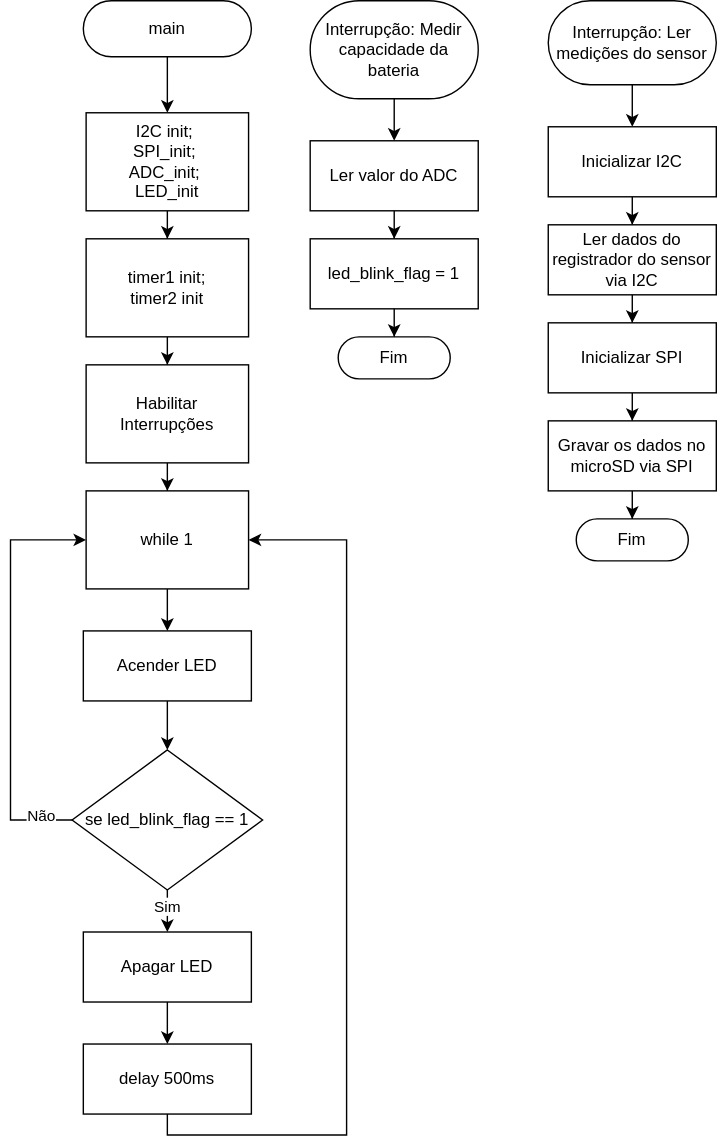
The draw.io diagram projetos/tennistracker/images/fluxchart_int.svg in teaching-FEEC/ea075-2024.1, before a commit. Source tidied: cells renumbered, new cells last; positions are measured from the earlier drawing's top-left corner, leaving out a move shared by most shapes.
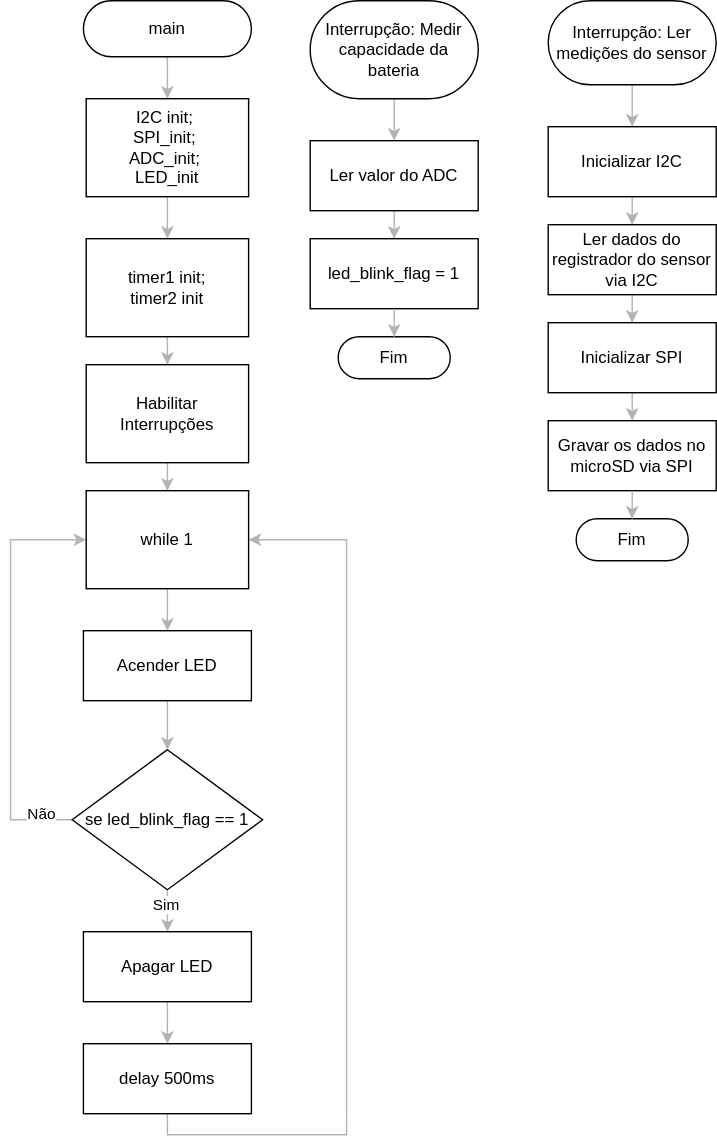
Later version of the same file.

Change to the diagram source:
```diff
@@ -2,13 +2,13 @@
   <root>
     <mxCell id="0" />
     <mxCell id="1" parent="0" />
-    <mxCell id="2" style="edgeStyle=orthogonalEdgeStyle;rounded=0;jettySize=auto;html=1;entryX=0.5;entryY=0;entryDx=0;entryDy=0;" parent="1" edge="1" source="3" target="5">
+    <mxCell id="2" style="edgeStyle=orthogonalEdgeStyle;rounded=0;jettySize=auto;html=1;entryX=0.5;entryY=0;entryDx=0;entryDy=0;strokeColor=#B3B3B3;" parent="1" edge="1" source="3" target="5">
       <mxGeometry relative="1" as="geometry" />
     </mxCell>
     <mxCell id="3" value="Interrupção: Medir capacidade da bateria" style="html=1;dashed=0;whiteSpace=wrap;shape=mxgraph.dfd.start;" parent="1" vertex="1">
       <mxGeometry x="214" width="120" height="70" as="geometry" />
     </mxCell>
-    <mxCell id="4" style="edgeStyle=orthogonalEdgeStyle;rounded=0;jettySize=auto;html=1;entryX=0.5;entryY=0;entryDx=0;entryDy=0;" parent="1" edge="1" source="5" target="6">
+    <mxCell id="4" style="edgeStyle=orthogonalEdgeStyle;rounded=0;jettySize=auto;html=1;entryX=0.5;entryY=0;entryDx=0;entryDy=0;strokeColor=#B3B3B3;" parent="1" edge="1" source="5" target="6">
       <mxGeometry relative="1" as="geometry" />
     </mxCell>
     <mxCell id="5" value="Ler valor do ADC" style="html=1;dashed=0;whiteSpace=wrap;" parent="1" vertex="1">
@@ -20,19 +20,19 @@
     <mxCell id="7" value="Fim" style="html=1;dashed=0;whiteSpace=wrap;shape=mxgraph.dfd.start;" parent="1" vertex="1">
       <mxGeometry x="234" y="240" width="80" height="30" as="geometry" />
     </mxCell>
-    <mxCell id="8" style="edgeStyle=orthogonalEdgeStyle;rounded=0;jettySize=auto;html=1;entryX=0.5;entryY=0;entryDx=0;entryDy=0;" parent="1" edge="1" source="9" target="11">
+    <mxCell id="8" style="edgeStyle=orthogonalEdgeStyle;rounded=0;jettySize=auto;html=1;entryX=0.5;entryY=0;entryDx=0;entryDy=0;strokeColor=#B3B3B3;" parent="1" edge="1" source="9" target="11">
       <mxGeometry relative="1" as="geometry" />
     </mxCell>
     <mxCell id="9" value="Interrupção: Ler medições do sensor" style="html=1;dashed=0;whiteSpace=wrap;shape=mxgraph.dfd.start;" parent="1" vertex="1">
       <mxGeometry x="384" width="120" height="60" as="geometry" />
     </mxCell>
-    <mxCell id="10" style="edgeStyle=orthogonalEdgeStyle;rounded=0;jettySize=auto;html=1;entryX=0.5;entryY=0;entryDx=0;entryDy=0;" parent="1" edge="1" source="11" target="13">
+    <mxCell id="10" style="edgeStyle=orthogonalEdgeStyle;rounded=0;jettySize=auto;html=1;entryX=0.5;entryY=0;entryDx=0;entryDy=0;strokeColor=#B3B3B3;" parent="1" edge="1" source="11" target="13">
       <mxGeometry relative="1" as="geometry" />
     </mxCell>
     <mxCell id="11" value="Inicializar I2C" style="html=1;dashed=0;whiteSpace=wrap;" parent="1" vertex="1">
       <mxGeometry x="384" y="90" width="120" height="50" as="geometry" />
     </mxCell>
-    <mxCell id="12" style="edgeStyle=orthogonalEdgeStyle;rounded=0;jettySize=auto;html=1;entryX=0.5;entryY=0;entryDx=0;entryDy=0;" parent="1" edge="1" source="13" target="16">
+    <mxCell id="12" style="edgeStyle=orthogonalEdgeStyle;rounded=0;jettySize=auto;html=1;entryX=0.5;entryY=0;entryDx=0;entryDy=0;strokeColor=#B3B3B3;" parent="1" edge="1" source="13" target="16">
       <mxGeometry relative="1" as="geometry" />
     </mxCell>
     <mxCell id="13" value="Ler dados do registrador do sensor via I2C" style="html=1;dashed=0;whiteSpace=wrap;" parent="1" vertex="1">
@@ -41,7 +41,7 @@
     <mxCell id="14" value="Fim" style="html=1;dashed=0;whiteSpace=wrap;shape=mxgraph.dfd.start;" parent="1" vertex="1">
       <mxGeometry x="404" y="370" width="80" height="30" as="geometry" />
     </mxCell>
-    <mxCell id="15" style="edgeStyle=orthogonalEdgeStyle;rounded=0;jettySize=auto;html=1;entryX=0.5;entryY=0;entryDx=0;entryDy=0;" parent="1" edge="1" source="16" target="17">
+    <mxCell id="15" style="edgeStyle=orthogonalEdgeStyle;rounded=0;jettySize=auto;html=1;entryX=0.5;entryY=0;entryDx=0;entryDy=0;strokeColor=#B3B3B3;" parent="1" edge="1" source="16" target="17">
       <mxGeometry relative="1" as="geometry" />
     </mxCell>
     <mxCell id="16" value="Inicializar SPI" style="html=1;dashed=0;whiteSpace=wrap;" parent="1" vertex="1">
@@ -50,19 +50,19 @@
     <mxCell id="17" value="Gravar os dados no microSD via SPI" style="html=1;dashed=0;whiteSpace=wrap;" parent="1" vertex="1">
       <mxGeometry x="384" y="300" width="120" height="50" as="geometry" />
     </mxCell>
-    <mxCell id="18" style="edgeStyle=orthogonalEdgeStyle;rounded=0;jettySize=auto;html=1;entryX=0.5;entryY=0;entryDx=0;entryDy=0;" parent="1" edge="1" source="19" target="32">
+    <mxCell id="18" style="edgeStyle=orthogonalEdgeStyle;rounded=0;jettySize=auto;html=1;entryX=0.5;entryY=0;entryDx=0;entryDy=0;strokeColor=#B3B3B3;" parent="1" edge="1" source="19" target="32">
       <mxGeometry relative="1" as="geometry" />
     </mxCell>
     <mxCell id="19" value="main" style="html=1;dashed=0;whiteSpace=wrap;shape=mxgraph.dfd.start;" parent="1" vertex="1">
       <mxGeometry x="52" width="120" height="40" as="geometry" />
     </mxCell>
-    <mxCell id="20" style="edgeStyle=orthogonalEdgeStyle;rounded=0;jettySize=auto;html=1;entryX=0.5;entryY=0;entryDx=0;entryDy=0;" parent="1" edge="1" source="24" target="26">
+    <mxCell id="20" style="edgeStyle=orthogonalEdgeStyle;rounded=0;jettySize=auto;html=1;entryX=0.5;entryY=0;entryDx=0;entryDy=0;strokeColor=#B3B3B3;" parent="1" edge="1" source="24" target="26">
       <mxGeometry relative="1" as="geometry" />
     </mxCell>
     <mxCell id="21" value="Sim" style="edgeLabel;html=1;align=center;verticalAlign=middle;" parent="20" vertex="1">
       <mxGeometry x="0.24" y="-1" relative="1" as="geometry" />
     </mxCell>
-    <mxCell id="22" style="edgeStyle=orthogonalEdgeStyle;rounded=0;jettySize=auto;html=1;entryX=0;entryY=0.5;entryDx=0;entryDy=0;" parent="1" edge="1" source="24" target="38">
+    <mxCell id="22" style="edgeStyle=orthogonalEdgeStyle;rounded=0;jettySize=auto;html=1;entryX=0;entryY=0.5;entryDx=0;entryDy=0;strokeColor=#B3B3B3;" parent="1" edge="1" source="24" target="38">
       <mxGeometry relative="1" as="geometry">
         <Array as="points">
           <mxPoint y="585" />
@@ -76,13 +76,13 @@
     <mxCell id="24" value="se led_blink_flag == 1" style="shape=rhombus;html=1;dashed=0;whiteSpace=wrap;perimeter=rhombusPerimeter;" parent="1" vertex="1">
       <mxGeometry x="44" y="535" width="136" height="100" as="geometry" />
     </mxCell>
-    <mxCell id="25" style="edgeStyle=orthogonalEdgeStyle;rounded=0;jettySize=auto;html=1;" parent="1" edge="1" source="26" target="28">
+    <mxCell id="25" style="edgeStyle=orthogonalEdgeStyle;rounded=0;jettySize=auto;html=1;strokeColor=#B3B3B3;" parent="1" edge="1" source="26" target="28">
       <mxGeometry relative="1" as="geometry" />
     </mxCell>
     <mxCell id="26" value="Apagar LED" style="html=1;dashed=0;whiteSpace=wrap;" parent="1" vertex="1">
       <mxGeometry x="52" y="665" width="120" height="50" as="geometry" />
     </mxCell>
-    <mxCell id="27" style="edgeStyle=orthogonalEdgeStyle;rounded=0;jettySize=auto;html=1;entryX=1;entryY=0.5;entryDx=0;entryDy=0;" parent="1" edge="1" source="28" target="38">
+    <mxCell id="27" style="edgeStyle=orthogonalEdgeStyle;rounded=0;jettySize=auto;html=1;entryX=1;entryY=0.5;entryDx=0;entryDy=0;strokeColor=#B3B3B3;" parent="1" edge="1" source="28" target="38">
       <mxGeometry relative="1" as="geometry">
         <Array as="points">
           <mxPoint x="112" y="810" />
@@ -94,37 +94,37 @@
     <mxCell id="28" value="delay 500ms" style="html=1;dashed=0;whiteSpace=wrap;" parent="1" vertex="1">
       <mxGeometry x="52" y="745" width="120" height="50" as="geometry" />
     </mxCell>
-    <mxCell id="29" style="edgeStyle=orthogonalEdgeStyle;rounded=0;jettySize=auto;html=1;entryX=0.5;entryY=0.5;entryDx=0;entryDy=-15;entryPerimeter=0;" parent="1" edge="1" source="6" target="7">
+    <mxCell id="29" style="edgeStyle=orthogonalEdgeStyle;rounded=0;jettySize=auto;html=1;entryX=0.5;entryY=0.5;entryDx=0;entryDy=-15;entryPerimeter=0;strokeColor=#B3B3B3;" parent="1" edge="1" source="6" target="7">
       <mxGeometry relative="1" as="geometry" />
     </mxCell>
-    <mxCell id="30" style="edgeStyle=orthogonalEdgeStyle;rounded=0;jettySize=auto;html=1;entryX=0.5;entryY=0.5;entryDx=0;entryDy=-15;entryPerimeter=0;" parent="1" edge="1" source="17" target="14">
+    <mxCell id="30" style="edgeStyle=orthogonalEdgeStyle;rounded=0;jettySize=auto;html=1;entryX=0.5;entryY=0.5;entryDx=0;entryDy=-15;entryPerimeter=0;strokeColor=#B3B3B3;" parent="1" edge="1" source="17" target="14">
       <mxGeometry relative="1" as="geometry" />
     </mxCell>
-    <mxCell id="31" style="edgeStyle=orthogonalEdgeStyle;rounded=0;jettySize=auto;html=1;entryX=0.5;entryY=0;entryDx=0;entryDy=0;" parent="1" edge="1" source="32" target="34">
+    <mxCell id="31" style="edgeStyle=orthogonalEdgeStyle;rounded=0;jettySize=auto;html=1;entryX=0.5;entryY=0;entryDx=0;entryDy=0;strokeColor=#B3B3B3;" parent="1" edge="1" source="32" target="34">
       <mxGeometry relative="1" as="geometry" />
     </mxCell>
     <mxCell id="32" value="I2C init;&amp;nbsp;&lt;div&gt;SPI_init;&amp;nbsp;&lt;/div&gt;&lt;div&gt;ADC_init;&amp;nbsp;&lt;/div&gt;&lt;div&gt;LED_init&lt;/div&gt;" style="html=1;dashed=0;whiteSpace=wrap;" parent="1" vertex="1">
-      <mxGeometry x="54" y="80" width="116" height="70" as="geometry" />
+      <mxGeometry x="54" y="70" width="116" height="70" as="geometry" />
     </mxCell>
-    <mxCell id="33" style="edgeStyle=orthogonalEdgeStyle;rounded=0;jettySize=auto;html=1;entryX=0.5;entryY=0;entryDx=0;entryDy=0;" parent="1" edge="1" source="34" target="36">
+    <mxCell id="33" style="edgeStyle=orthogonalEdgeStyle;rounded=0;jettySize=auto;html=1;entryX=0.5;entryY=0;entryDx=0;entryDy=0;strokeColor=#B3B3B3;" parent="1" edge="1" source="34" target="36">
       <mxGeometry relative="1" as="geometry" />
     </mxCell>
     <mxCell id="34" value="timer1 init;&lt;div&gt;timer2 init&lt;/div&gt;" style="html=1;dashed=0;whiteSpace=wrap;" parent="1" vertex="1">
       <mxGeometry x="54" y="170" width="116" height="70" as="geometry" />
     </mxCell>
-    <mxCell id="35" style="edgeStyle=orthogonalEdgeStyle;rounded=0;jettySize=auto;html=1;entryX=0.5;entryY=0;entryDx=0;entryDy=0;" parent="1" edge="1" source="36" target="38">
+    <mxCell id="35" style="edgeStyle=orthogonalEdgeStyle;rounded=0;jettySize=auto;html=1;entryX=0.5;entryY=0;entryDx=0;entryDy=0;strokeColor=#B3B3B3;" parent="1" edge="1" source="36" target="38">
       <mxGeometry relative="1" as="geometry" />
     </mxCell>
     <mxCell id="36" value="Habilitar Interrupções" style="html=1;dashed=0;whiteSpace=wrap;" parent="1" vertex="1">
       <mxGeometry x="54" y="260" width="116" height="70" as="geometry" />
     </mxCell>
-    <mxCell id="37" style="edgeStyle=orthogonalEdgeStyle;rounded=0;jettySize=auto;html=1;entryX=0.5;entryY=0;entryDx=0;entryDy=0;" parent="1" edge="1" source="38" target="40">
+    <mxCell id="37" style="edgeStyle=orthogonalEdgeStyle;rounded=0;jettySize=auto;html=1;entryX=0.5;entryY=0;entryDx=0;entryDy=0;strokeColor=#B3B3B3;" parent="1" edge="1" source="38" target="40">
       <mxGeometry relative="1" as="geometry" />
     </mxCell>
     <mxCell id="38" value="while 1" style="html=1;dashed=0;whiteSpace=wrap;" parent="1" vertex="1">
       <mxGeometry x="54" y="350" width="116" height="70" as="geometry" />
     </mxCell>
-    <mxCell id="39" style="edgeStyle=orthogonalEdgeStyle;rounded=0;jettySize=auto;html=1;entryX=0.5;entryY=0;entryDx=0;entryDy=0;" parent="1" edge="1" source="40" target="24">
+    <mxCell id="39" style="edgeStyle=orthogonalEdgeStyle;rounded=0;jettySize=auto;html=1;entryX=0.5;entryY=0;entryDx=0;entryDy=0;strokeColor=#B3B3B3;" parent="1" edge="1" source="40" target="24">
       <mxGeometry relative="1" as="geometry" />
     </mxCell>
     <mxCell id="40" value="Acender LED" style="html=1;dashed=0;whiteSpace=wrap;" parent="1" vertex="1">
```
